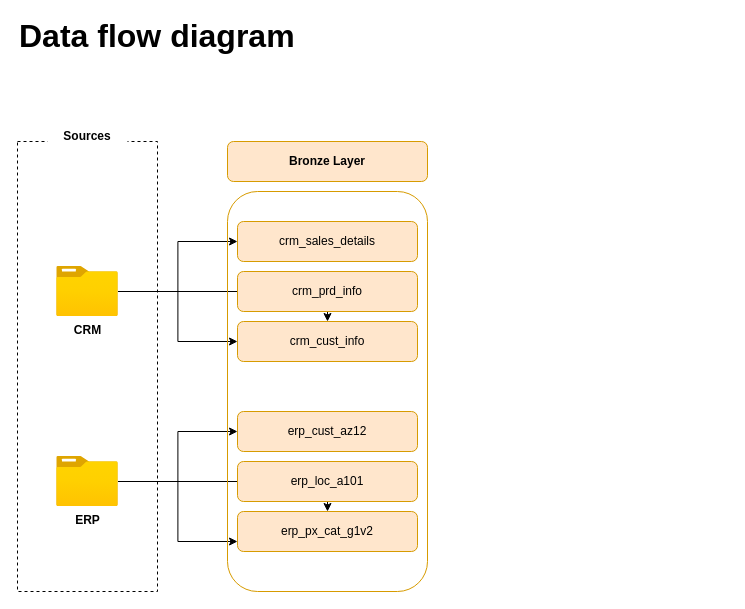
This is docs/data-flow-diagram.drawio from aswnvm/sql-data-warehouse-project, a draw.io file, before an edit. Source tidied: cells renumbered, new cells numbered last; positions are measured from the earlier drawing's top-left corner, leaving out a move shared by most shapes. Both pictures are drawn from the tidied source at 100%, with x=0, y=0 at pixel (17, 21).
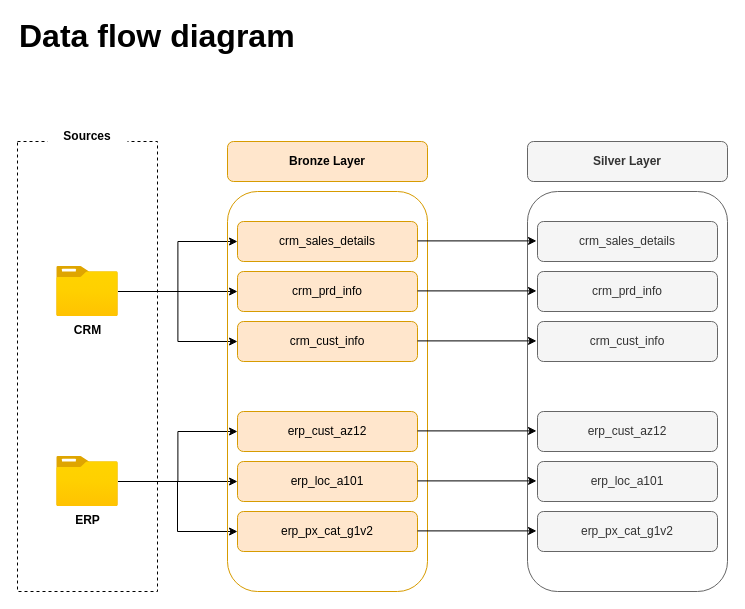
Above is the later version.

Commit message (it also covers changes not shown here):
updated data-flow diagram, updated silver.proc_load_silver

The change refers to these unchanged cells:
```xml
<mxCell id="7" value="&lt;b&gt;CRM&lt;/b&gt;" style="image;html=1;points=[];align=center;fontSize=12;image=img/lib/azure2/general/Folder_Blank.svg;" parent="1" vertex="1">
  <mxGeometry x="39.2" y="245" width="61.6" height="50" as="geometry" />
</mxCell>
<mxCell id="11" value="&lt;b&gt;ERP&lt;/b&gt;" style="image;html=1;points=[];align=center;fontSize=12;image=img/lib/azure2/general/Folder_Blank.svg;" parent="1" vertex="1">
  <mxGeometry x="39.2" y="435" width="61.6" height="50" as="geometry" />
</mxCell>
<mxCell id="15" value="crm_prd_info" style="rounded=1;whiteSpace=wrap;html=1;fillColor=#ffe6cc;strokeColor=#d79b00;" parent="1" vertex="1">
  <mxGeometry x="220" y="250" width="180" height="40" as="geometry" />
</mxCell>
<mxCell id="16" value="crm_cust_info" style="rounded=1;whiteSpace=wrap;html=1;fillColor=#ffe6cc;strokeColor=#d79b00;" parent="1" vertex="1">
  <mxGeometry x="220" y="300" width="180" height="40" as="geometry" />
</mxCell>
<mxCell id="18" value="erp_loc_a101" style="rounded=1;whiteSpace=wrap;html=1;fillColor=#ffe6cc;strokeColor=#d79b00;" parent="1" vertex="1">
  <mxGeometry x="220" y="440" width="180" height="40" as="geometry" />
</mxCell>
<mxCell id="19" value="erp_px_cat_g1v2" style="rounded=1;whiteSpace=wrap;html=1;fillColor=#ffe6cc;strokeColor=#d79b00;" parent="1" vertex="1">
  <mxGeometry x="220" y="490" width="180" height="40" as="geometry" />
</mxCell>
```

Diff of the diagram source:
```diff
@@
-    <mxCell id="4" style="edgeStyle=orthogonalEdgeStyle;rounded=0;jettySize=auto;html=1;" parent="1" edge="1" source="7" target="16">
+    <mxCell id="4" style="edgeStyle=orthogonalEdgeStyle;rounded=0;jettySize=auto;html=1;entryX=0;entryY=0.5;entryDx=0;entryDy=0;" parent="1" edge="1" source="7" target="15">
       <mxGeometry relative="1" as="geometry" />
     </mxCell>
@@
-    <mxCell id="8" style="edgeStyle=orthogonalEdgeStyle;rounded=0;jettySize=auto;html=1;" parent="1" edge="1" source="11" target="19">
+    <mxCell id="8" style="edgeStyle=orthogonalEdgeStyle;rounded=0;jettySize=auto;html=1;entryX=0;entryY=0.5;entryDx=0;entryDy=0;" parent="1" edge="1" source="11" target="18">
       <mxGeometry relative="1" as="geometry" />
     </mxCell>
@@
-    <mxCell id="10" style="edgeStyle=orthogonalEdgeStyle;rounded=0;jettySize=auto;html=1;entryX=0;entryY=0.75;entryDx=0;entryDy=0;" parent="1" edge="1" source="11" target="19">
-      <mxGeometry relative="1" as="geometry" />
+    <mxCell id="10" style="edgeStyle=orthogonalEdgeStyle;rounded=0;jettySize=auto;html=1;entryX=0;entryY=0.5;entryDx=0;entryDy=0;" parent="1" edge="1" source="11" target="19">
+      <mxGeometry relative="1" as="geometry">
+        <Array as="points">
+          <mxPoint x="160" y="460" />
+          <mxPoint x="160" y="510" />
+        </Array>
+      </mxGeometry>
     </mxCell>
@@
+    <mxCell id="21" style="rounded=1;whiteSpace=wrap;html=1;fillColor=none;strokeColor=#666666;fontColor=#333333;" parent="1" vertex="1">
+      <mxGeometry x="510" y="170" width="200" height="400" as="geometry" />
+    </mxCell>
+    <mxCell id="22" value="&lt;b&gt;Silver Layer&lt;/b&gt;" style="rounded=1;whiteSpace=wrap;html=1;fillColor=#f5f5f5;strokeColor=#666666;fontColor=#333333;" parent="1" vertex="1">
+      <mxGeometry x="510" y="120" width="200" height="40" as="geometry" />
+    </mxCell>
+    <mxCell id="23" value="crm_sales_details" style="rounded=1;whiteSpace=wrap;html=1;fillColor=#f5f5f5;strokeColor=#666666;fontColor=#333333;" parent="1" vertex="1">
+      <mxGeometry x="520" y="200" width="180" height="40" as="geometry" />
+    </mxCell>
+    <mxCell id="24" value="crm_prd_info" style="rounded=1;whiteSpace=wrap;html=1;fillColor=#f5f5f5;strokeColor=#666666;fontColor=#333333;" parent="1" vertex="1">
+      <mxGeometry x="520" y="250" width="180" height="40" as="geometry" />
+    </mxCell>
+    <mxCell id="25" value="crm_cust_info" style="rounded=1;whiteSpace=wrap;html=1;fillColor=#f5f5f5;strokeColor=#666666;fontColor=#333333;" parent="1" vertex="1">
+      <mxGeometry x="520" y="300" width="180" height="40" as="geometry" />
+    </mxCell>
+    <mxCell id="26" value="erp_cust_az12" style="rounded=1;whiteSpace=wrap;html=1;fillColor=#f5f5f5;strokeColor=#666666;fontColor=#333333;" parent="1" vertex="1">
+      <mxGeometry x="520" y="390" width="180" height="40" as="geometry" />
+    </mxCell>
+    <mxCell id="27" value="erp_loc_a101" style="rounded=1;whiteSpace=wrap;html=1;fillColor=#f5f5f5;strokeColor=#666666;fontColor=#333333;" parent="1" vertex="1">
+      <mxGeometry x="520" y="440" width="180" height="40" as="geometry" />
+    </mxCell>
+    <mxCell id="28" value="erp_px_cat_g1v2" style="rounded=1;whiteSpace=wrap;html=1;fillColor=#f5f5f5;strokeColor=#666666;fontColor=#333333;" parent="1" vertex="1">
+      <mxGeometry x="520" y="490" width="180" height="40" as="geometry" />
+    </mxCell>
+    <mxCell id="29" style="edgeStyle=orthogonalEdgeStyle;rounded=0;orthogonalLoop=1;jettySize=auto;html=1;entryX=0;entryY=0.5;entryDx=0;entryDy=0;" parent="1" edge="1">
+      <mxGeometry relative="1" as="geometry">
+        <mxPoint x="400" y="509.4" as="sourcePoint" />
+        <mxPoint x="519" y="509.4" as="targetPoint" />
+      </mxGeometry>
+    </mxCell>
+    <mxCell id="30" style="edgeStyle=orthogonalEdgeStyle;rounded=0;orthogonalLoop=1;jettySize=auto;html=1;entryX=0;entryY=0.5;entryDx=0;entryDy=0;" parent="1" edge="1">
+      <mxGeometry relative="1" as="geometry">
+        <mxPoint x="400" y="459.4" as="sourcePoint" />
+        <mxPoint x="519" y="459.4" as="targetPoint" />
+      </mxGeometry>
+    </mxCell>
+    <mxCell id="31" style="edgeStyle=orthogonalEdgeStyle;rounded=0;orthogonalLoop=1;jettySize=auto;html=1;entryX=0;entryY=0.5;entryDx=0;entryDy=0;" parent="1" edge="1">
+      <mxGeometry relative="1" as="geometry">
+        <mxPoint x="400" y="409.4" as="sourcePoint" />
+        <mxPoint x="519" y="409.4" as="targetPoint" />
+      </mxGeometry>
+    </mxCell>
+    <mxCell id="32" style="edgeStyle=orthogonalEdgeStyle;rounded=0;orthogonalLoop=1;jettySize=auto;html=1;entryX=0;entryY=0.5;entryDx=0;entryDy=0;" parent="1" edge="1">
+      <mxGeometry relative="1" as="geometry">
+        <mxPoint x="400" y="319.4" as="sourcePoint" />
+        <mxPoint x="519" y="319.4" as="targetPoint" />
+      </mxGeometry>
+    </mxCell>
+    <mxCell id="33" style="edgeStyle=orthogonalEdgeStyle;rounded=0;orthogonalLoop=1;jettySize=auto;html=1;entryX=0;entryY=0.5;entryDx=0;entryDy=0;" parent="1" edge="1">
+      <mxGeometry relative="1" as="geometry">
+        <mxPoint x="400" y="269.4" as="sourcePoint" />
+        <mxPoint x="519" y="269.4" as="targetPoint" />
+      </mxGeometry>
+    </mxCell>
+    <mxCell id="34" style="edgeStyle=orthogonalEdgeStyle;rounded=0;orthogonalLoop=1;jettySize=auto;html=1;entryX=0;entryY=0.5;entryDx=0;entryDy=0;" parent="1" edge="1">
+      <mxGeometry relative="1" as="geometry">
+        <mxPoint x="400" y="219.4" as="sourcePoint" />
+        <mxPoint x="519" y="219.4" as="targetPoint" />
+      </mxGeometry>
+    </mxCell>
```
